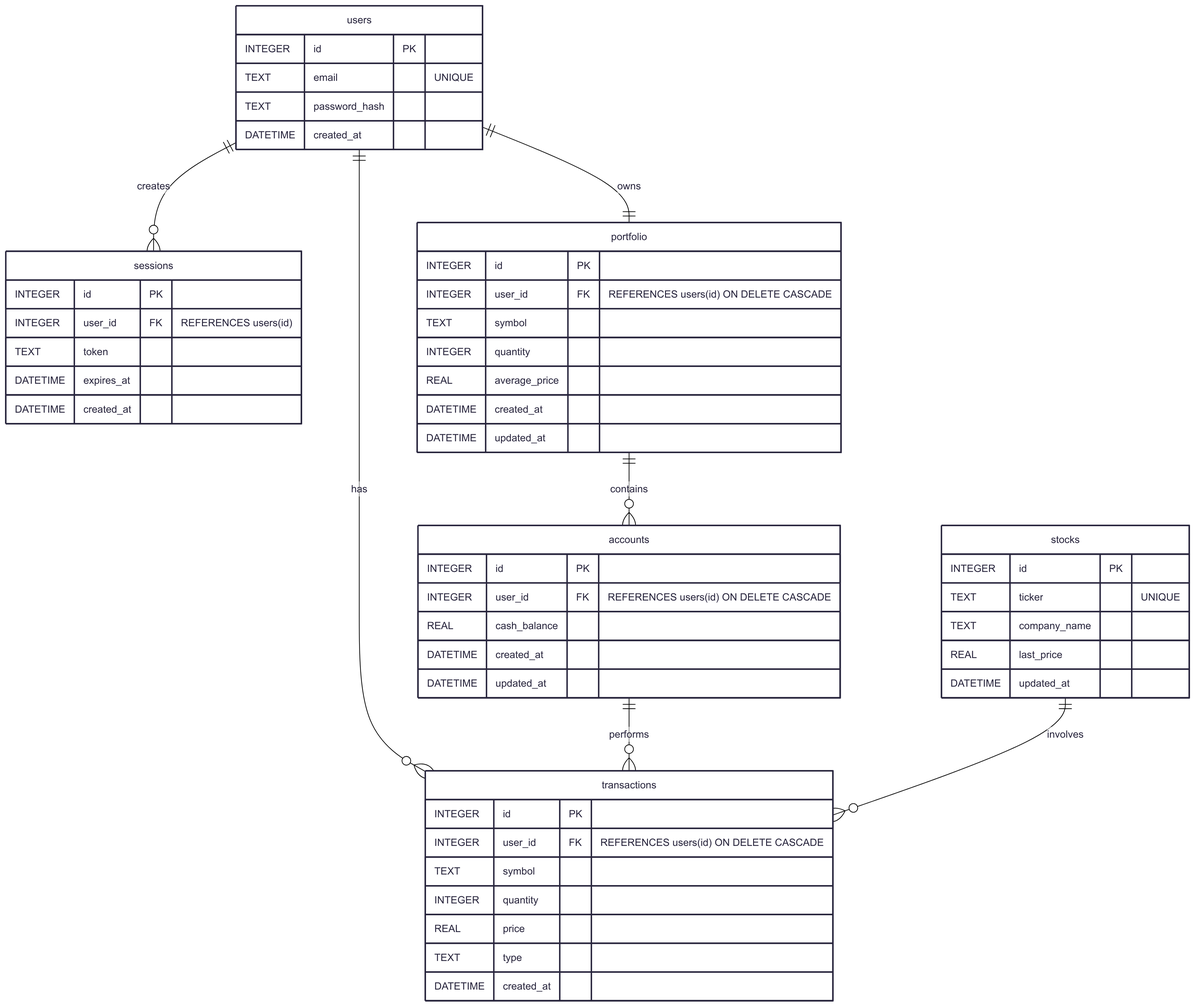
The Mermaid diagram docs/erd/full-schema.png in DavJesse/stock-folio, before a commit. Its source is kept beside it as docs/erd/full-schema.mmd.
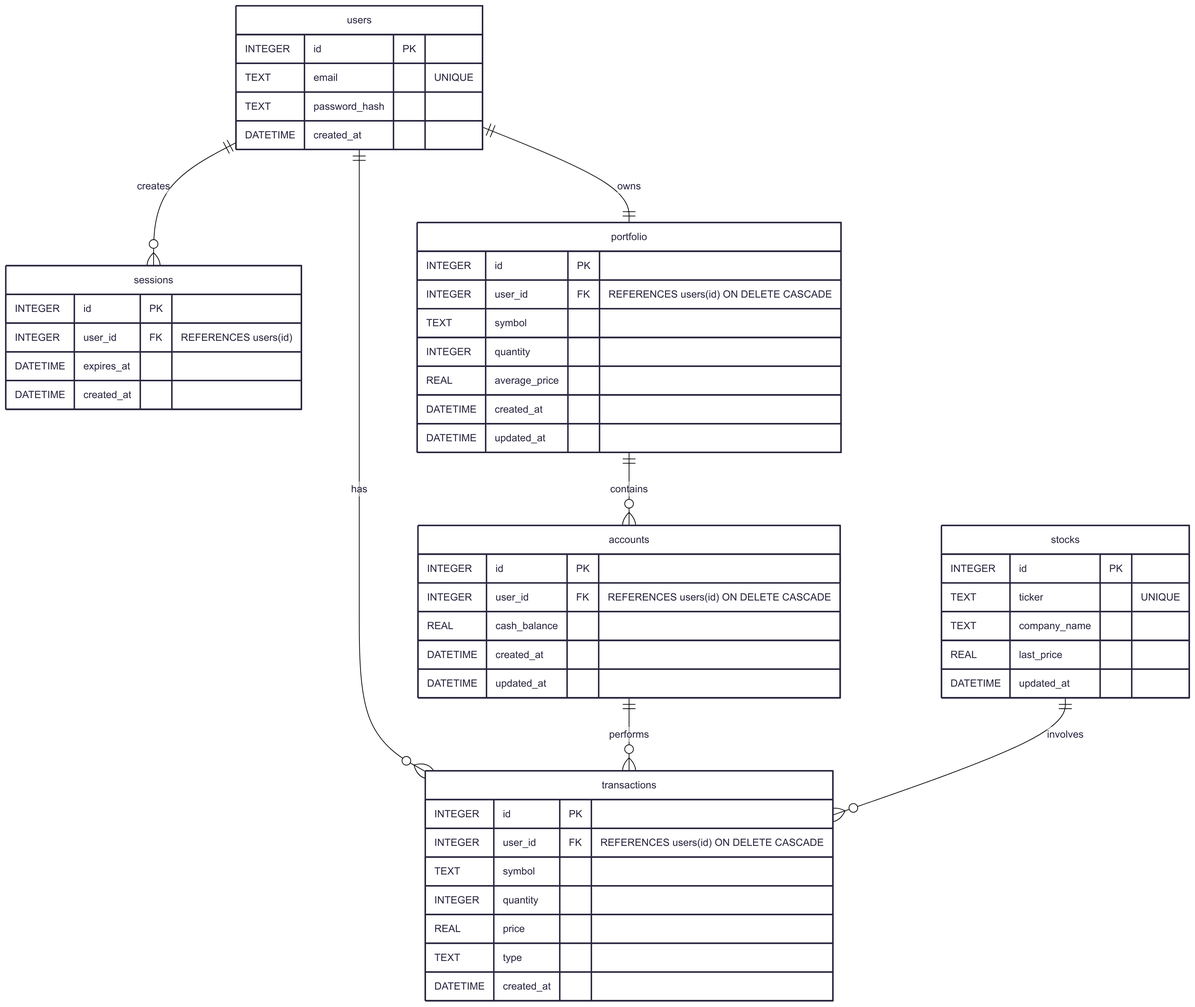
Later version of the same file.

Commit message:
docs: updated full schema with actual stucture of final sessions table (#14.1)

Change to the diagram source:
```diff
@@ -36,7 +36,6 @@
     sessions {
         INTEGER id PK
         INTEGER user_id FK "REFERENCES users(id)"
-        TEXT token
         DATETIME expires_at
         DATETIME created_at
     }
```
